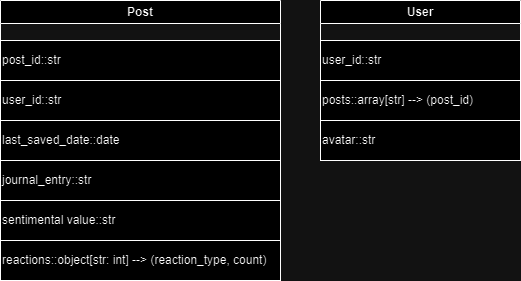
Earlier version of the draw.io export backend/assets/backend_models.drawio.png (terwo/yapyap). Source tidied: cells renumbered, new cells last; positions are measured from the earlier drawing's top-left corner, leaving out a move shared by most shapes. The source it was exported from:
```xml
<mxGraphModel>
  <root>
    <mxCell id="0" />
    <mxCell id="1" parent="0" />
    <mxCell id="2" value="Post" style="swimlane;whiteSpace=wrap;html=1;" parent="1" vertex="1">
      <mxGeometry width="280" height="280" as="geometry" />
    </mxCell>
    <mxCell id="3" value="post_id::str" style="rounded=0;whiteSpace=wrap;html=1;align=left;" parent="2" vertex="1">
      <mxGeometry y="40" width="280" height="40" as="geometry" />
    </mxCell>
    <mxCell id="4" value="user_id::str" style="rounded=0;whiteSpace=wrap;html=1;align=left;" parent="2" vertex="1">
      <mxGeometry y="80" width="280" height="40" as="geometry" />
    </mxCell>
    <mxCell id="5" value="last_saved_date::date" style="rounded=0;whiteSpace=wrap;html=1;align=left;" parent="2" vertex="1">
      <mxGeometry y="120" width="280" height="40" as="geometry" />
    </mxCell>
    <mxCell id="6" value="journal_entry::str" style="rounded=0;whiteSpace=wrap;html=1;align=left;" parent="2" vertex="1">
      <mxGeometry y="160" width="280" height="40" as="geometry" />
    </mxCell>
    <mxCell id="7" value="sentimental value::str" style="rounded=0;whiteSpace=wrap;html=1;align=left;" parent="2" vertex="1">
      <mxGeometry y="200" width="280" height="40" as="geometry" />
    </mxCell>
    <mxCell id="8" value="reactions::object[str: int] --&amp;gt; (reaction_type, count)" style="rounded=0;whiteSpace=wrap;html=1;align=left;" parent="2" vertex="1">
      <mxGeometry y="240" width="280" height="40" as="geometry" />
    </mxCell>
    <mxCell id="9" value="User" style="swimlane;whiteSpace=wrap;html=1;" parent="1" vertex="1">
      <mxGeometry x="320" width="200" height="160" as="geometry" />
    </mxCell>
    <mxCell id="10" value="user_id::str" style="rounded=0;whiteSpace=wrap;html=1;align=left;" parent="9" vertex="1">
      <mxGeometry y="40" width="200" height="40" as="geometry" />
    </mxCell>
    <mxCell id="11" value="posts::array[str] --&amp;gt; (post_id)" style="rounded=0;whiteSpace=wrap;html=1;align=left;" parent="9" vertex="1">
      <mxGeometry y="80" width="200" height="40" as="geometry" />
    </mxCell>
    <mxCell id="12" value="avatar::str" style="rounded=0;whiteSpace=wrap;html=1;align=left;" parent="9" vertex="1">
      <mxGeometry y="120" width="200" height="40" as="geometry" />
    </mxCell>
  </root>
</mxGraphModel>
```
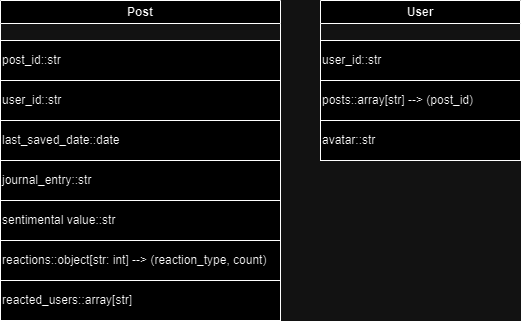
Later version of the same file.

The edit, as a diff of the source:
```diff
@@ -3,7 +3,7 @@
     <mxCell id="0" />
     <mxCell id="1" parent="0" />
     <mxCell id="2" value="Post" style="swimlane;whiteSpace=wrap;html=1;" parent="1" vertex="1">
-      <mxGeometry width="280" height="280" as="geometry" />
+      <mxGeometry width="280" height="320" as="geometry" />
     </mxCell>
     <mxCell id="3" value="post_id::str" style="rounded=0;whiteSpace=wrap;html=1;align=left;" parent="2" vertex="1">
       <mxGeometry y="40" width="280" height="40" as="geometry" />
@@ -23,6 +23,9 @@
     <mxCell id="8" value="reactions::object[str: int] --&amp;gt; (reaction_type, count)" style="rounded=0;whiteSpace=wrap;html=1;align=left;" parent="2" vertex="1">
       <mxGeometry y="240" width="280" height="40" as="geometry" />
     </mxCell>
+    <mxCell id="13" value="reacted_users::array[str]" style="rounded=0;whiteSpace=wrap;html=1;align=left;" parent="2" vertex="1">
+      <mxGeometry y="280" width="280" height="40" as="geometry" />
+    </mxCell>
     <mxCell id="9" value="User" style="swimlane;whiteSpace=wrap;html=1;" parent="1" vertex="1">
       <mxGeometry x="320" width="200" height="160" as="geometry" />
     </mxCell>
```
